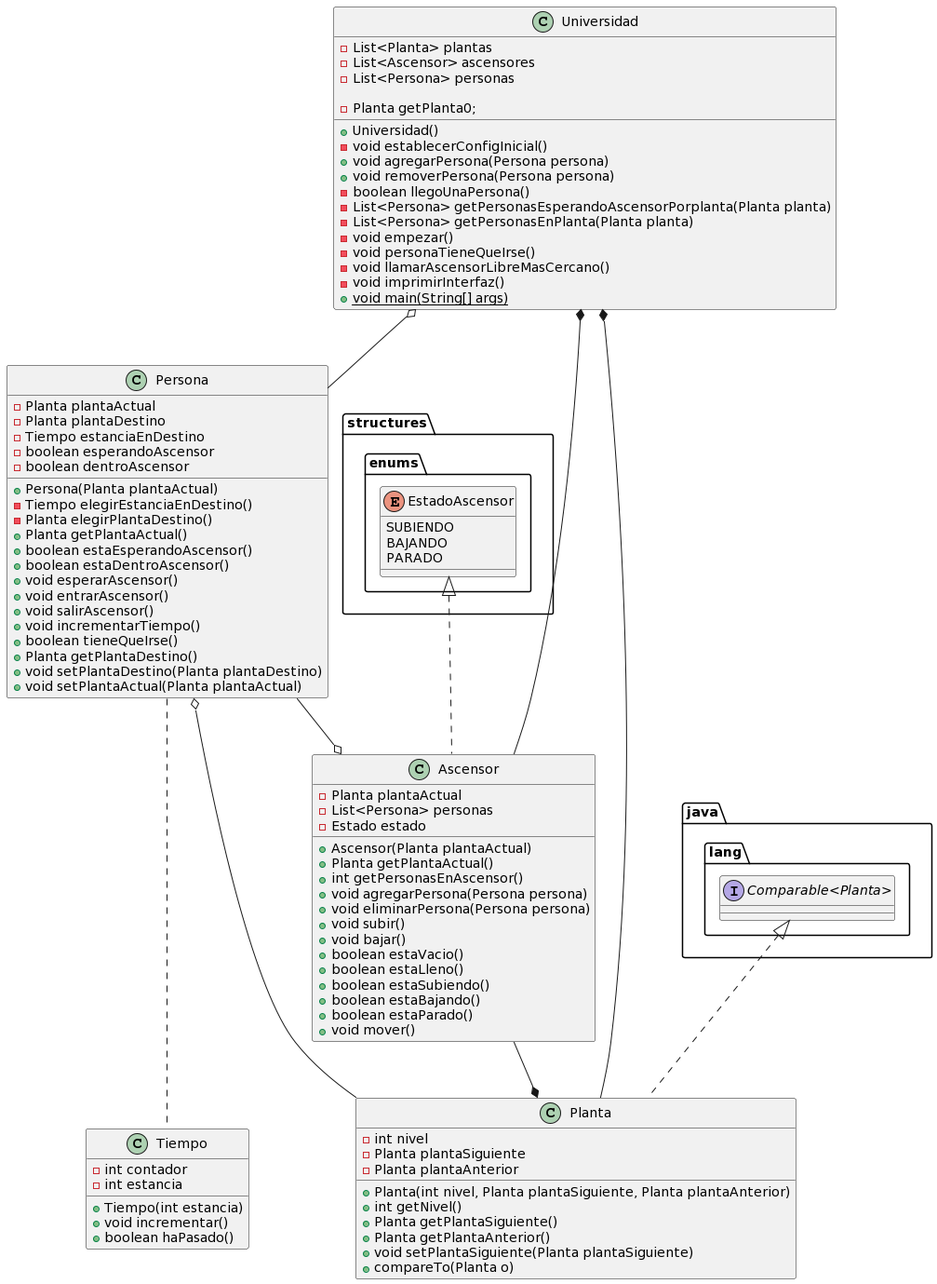
Earlier version of the PlantUML export entregas/Grupo4/ModeloDelDominio/images/diagramaDeClases.png (mmasias/IdSw2-22-23).
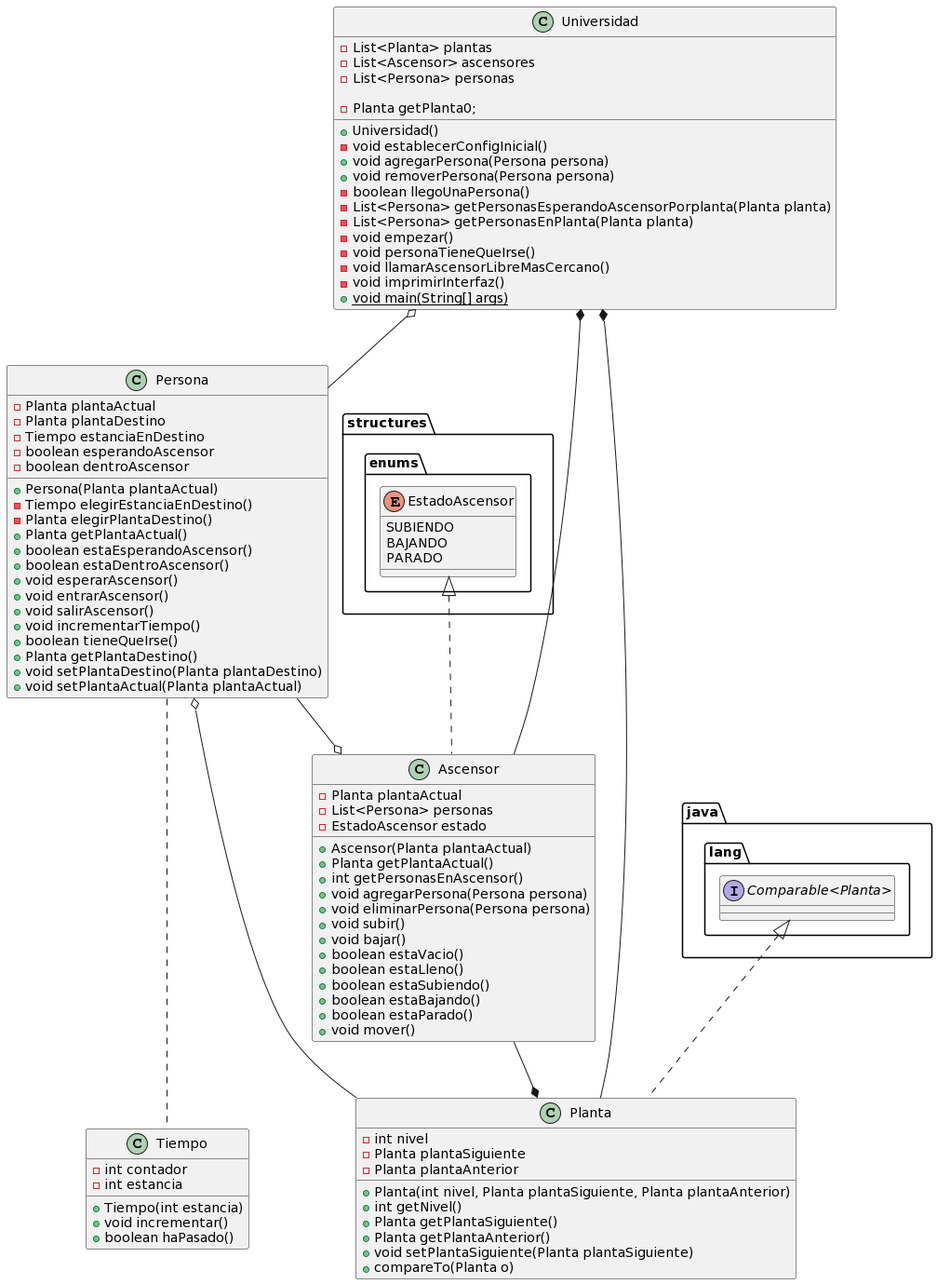
After the commit.

Commit message:
fix: correct classes diagram

Change to the diagram source:
```diff
@@ -55,7 +55,7 @@
 class Ascensor implements "structures.enums.EstadoAscensor" {
     - Planta plantaActual
     - List<Persona> personas
-    - Estado estado
+    - EstadoAscensor estado
 
     + Ascensor(Planta plantaActual)
     + Planta getPlantaActual()
```
